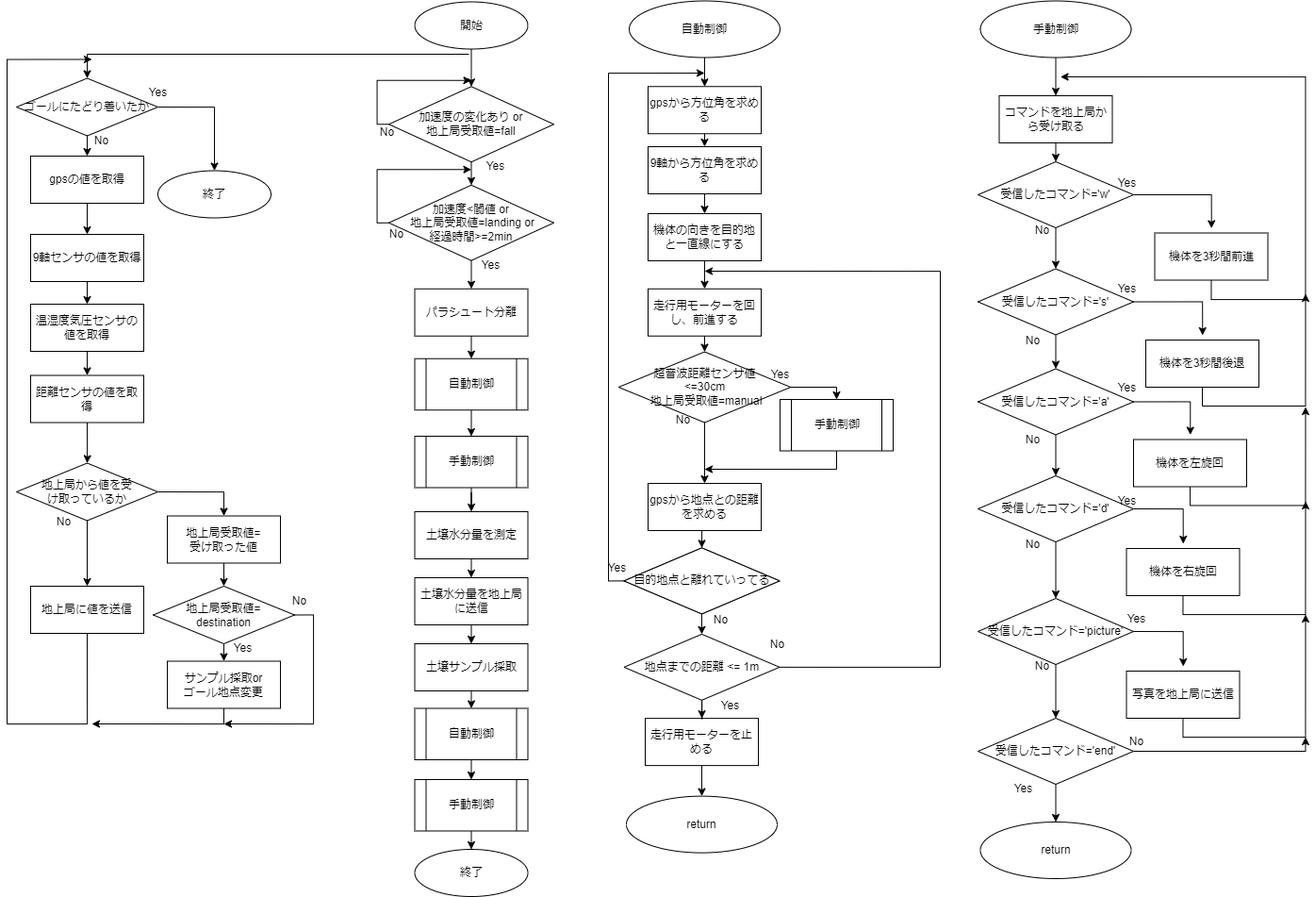
Earlier version of the draw.io export フローチャート.drawio.png (TDUSenjuAstronomyResearchClub/CanSat02). Source tidied: cells renumbered, new cells last; positions are measured from the earlier drawing's top-left corner, leaving out a move shared by most shapes.
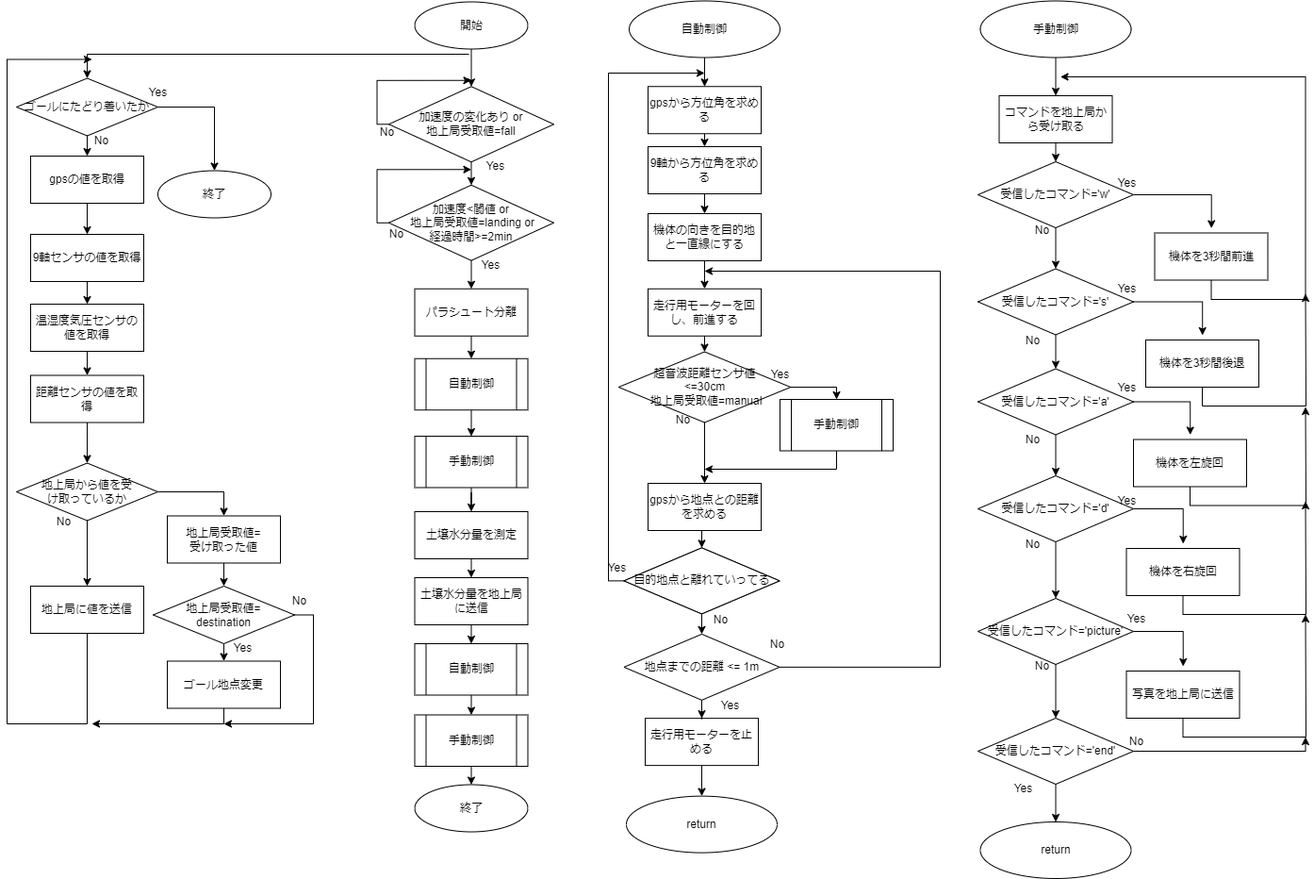
After the change.

Commit message:
サンプル採取の記述を削除

The edit, as a diff of the source:
```diff
@@ -318,32 +318,28 @@
     <mxCell id="92" value="土壌水分量を測定" style="rounded=0;whiteSpace=wrap;html=1;labelBackgroundColor=none;" parent="1" vertex="1">
       <mxGeometry x="432.5" y="541" width="120" height="50" as="geometry" />
     </mxCell>
-    <mxCell id="93" style="edgeStyle=orthogonalEdgeStyle;rounded=0;jettySize=auto;html=1;exitX=0.5;exitY=1;exitDx=0;exitDy=0;entryX=0.5;entryY=0;entryDx=0;entryDy=0;" parent="1" edge="1" source="94" target="96">
-      <mxGeometry relative="1" as="geometry" />
+    <mxCell id="93" style="edgeStyle=orthogonalEdgeStyle;rounded=0;jettySize=auto;html=1;exitX=0.5;exitY=1;exitDx=0;exitDy=0;entryX=0.5;entryY=0;entryDx=0;entryDy=0;" parent="1" edge="1" source="94">
+      <mxGeometry relative="1" as="geometry">
+        <mxPoint x="492.5" y="681" as="targetPoint" />
+      </mxGeometry>
     </mxCell>
     <mxCell id="94" value="土壌水分量を地上局に送信" style="rounded=0;whiteSpace=wrap;html=1;labelBackgroundColor=none;" parent="1" vertex="1">
       <mxGeometry x="432.5" y="611" width="120" height="50" as="geometry" />
     </mxCell>
-    <mxCell id="95" style="edgeStyle=orthogonalEdgeStyle;rounded=0;jettySize=auto;html=1;exitX=0.5;exitY=1;exitDx=0;exitDy=0;entryX=0.5;entryY=0;entryDx=0;entryDy=0;" parent="1" edge="1" source="96" target="98">
-      <mxGeometry relative="1" as="geometry" />
-    </mxCell>
-    <mxCell id="96" value="土壌サンプル採取" style="rounded=0;whiteSpace=wrap;html=1;labelBackgroundColor=none;" parent="1" vertex="1">
-      <mxGeometry x="432.5" y="681" width="120" height="50" as="geometry" />
-    </mxCell>
     <mxCell id="97" style="edgeStyle=orthogonalEdgeStyle;rounded=0;jettySize=auto;html=1;exitX=0.5;exitY=1;exitDx=0;exitDy=0;entryX=0.5;entryY=0;entryDx=0;entryDy=0;labelBackgroundColor=none;fontColor=default;" parent="1" edge="1" source="98" target="100">
       <mxGeometry relative="1" as="geometry" />
     </mxCell>
     <mxCell id="98" value="自動制御" style="shape=process;whiteSpace=wrap;html=1;backgroundOutline=1;labelBackgroundColor=none;" parent="1" vertex="1">
-      <mxGeometry x="432.5" y="749.5" width="120" height="54.5" as="geometry" />
+      <mxGeometry x="432.5" y="681" width="120" height="54.5" as="geometry" />
     </mxCell>
     <mxCell id="99" style="edgeStyle=orthogonalEdgeStyle;rounded=0;jettySize=auto;html=1;exitX=0.5;exitY=1;exitDx=0;exitDy=0;entryX=0.5;entryY=0;entryDx=0;entryDy=0;labelBackgroundColor=none;fontColor=default;" parent="1" edge="1" source="100" target="101">
       <mxGeometry relative="1" as="geometry" />
     </mxCell>
     <mxCell id="100" value="手動制御" style="shape=process;whiteSpace=wrap;html=1;backgroundOutline=1;labelBackgroundColor=none;" parent="1" vertex="1">
-      <mxGeometry x="432.5" y="825" width="120" height="54.5" as="geometry" />
+      <mxGeometry x="432.5" y="756.5" width="120" height="54.5" as="geometry" />
     </mxCell>
     <mxCell id="101" value="終了" style="ellipse;whiteSpace=wrap;html=1;labelBackgroundColor=none;" parent="1" vertex="1">
-      <mxGeometry x="432.5" y="899" width="120" height="50" as="geometry" />
+      <mxGeometry x="432.5" y="830.5" width="120" height="50" as="geometry" />
     </mxCell>
     <mxCell id="102" style="edgeStyle=orthogonalEdgeStyle;rounded=0;jettySize=auto;html=1;exitX=0.5;exitY=1;exitDx=0;exitDy=0;entryX=0.5;entryY=0;entryDx=0;entryDy=0;labelBackgroundColor=none;fontColor=default;" parent="1" edge="1" source="104" target="23">
       <mxGeometry relative="1" as="geometry" />
@@ -407,7 +403,7 @@
         </Array>
       </mxGeometry>
     </mxCell>
-    <mxCell id="117" value="サンプル採取or&lt;br&gt;ゴール地点変更" style="rounded=0;whiteSpace=wrap;html=1;labelBackgroundColor=none;" parent="1" vertex="1">
+    <mxCell id="117" value="ゴール地点変更" style="rounded=0;whiteSpace=wrap;html=1;labelBackgroundColor=none;" parent="1" vertex="1">
       <mxGeometry x="170" y="699.5" width="120" height="50" as="geometry" />
     </mxCell>
     <mxCell id="118" style="edgeStyle=orthogonalEdgeStyle;rounded=0;jettySize=auto;html=1;exitX=0.5;exitY=1;exitDx=0;exitDy=0;entryX=0.5;entryY=0;entryDx=0;entryDy=0;" parent="1" edge="1" source="120" target="117">
```
